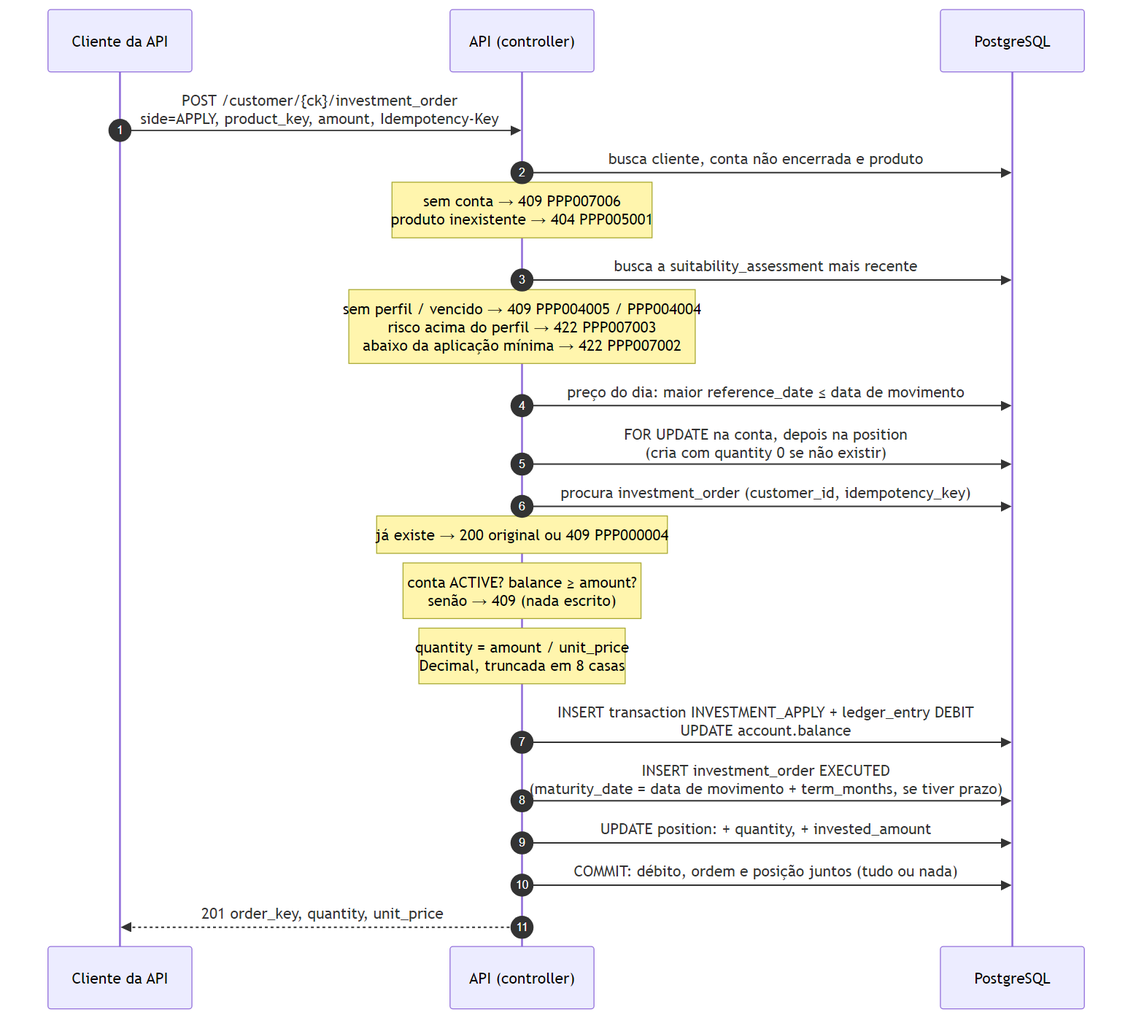
Above: docs/diagramas/aplicacao.png in heluylucas/bootcamp-qi-tech-presidas- (Mermaid), before the change. Its source is kept beside it as docs/diagramas/aplicacao.mmd. Source of this version:
```mermaid
sequenceDiagram
    autonumber
    participant C as Cliente da API
    participant API as API (controller)
    participant DB as PostgreSQL

    C->>API: POST /customer/{ck}/investment_order<br/>side=APPLY, product_key, amount, Idempotency-Key
    API->>DB: busca cliente, conta não encerrada e produto
    Note over API: sem conta → 409 PPP007006<br/>produto inexistente → 404 PPP005001
    API->>DB: busca a suitability_assessment mais recente
    Note over API: sem perfil / vencido → 409 PPP004005 / PPP004004<br/>risco acima do perfil → 422 PPP007003<br/>abaixo da aplicação mínima → 422 PPP007002
    API->>DB: preço do dia: maior reference_date ≤ data de movimento
    API->>DB: FOR UPDATE na conta, depois na position<br/>(cria com quantity 0 se não existir)
    API->>DB: procura investment_order (customer_id, idempotency_key)
    Note over API: já existe → 200 original ou 409 PPP000004
    Note over API: conta ACTIVE? balance ≥ amount?<br/>senão → 409 (nada escrito)
    Note over API: quantity = amount / unit_price<br/>Decimal, truncada em 8 casas
    API->>DB: INSERT transaction INVESTMENT_APPLY + ledger_entry DEBIT<br/>UPDATE account.balance
    API->>DB: INSERT investment_order EXECUTED<br/>(maturity_date = data de movimento + term_months, se tiver prazo)
    API->>DB: UPDATE position: + quantity, + invested_amount
    API->>DB: COMMIT: débito, ordem e posição juntos (tudo ou nada)
    API-->>C: 201 order_key, quantity, unit_price
```
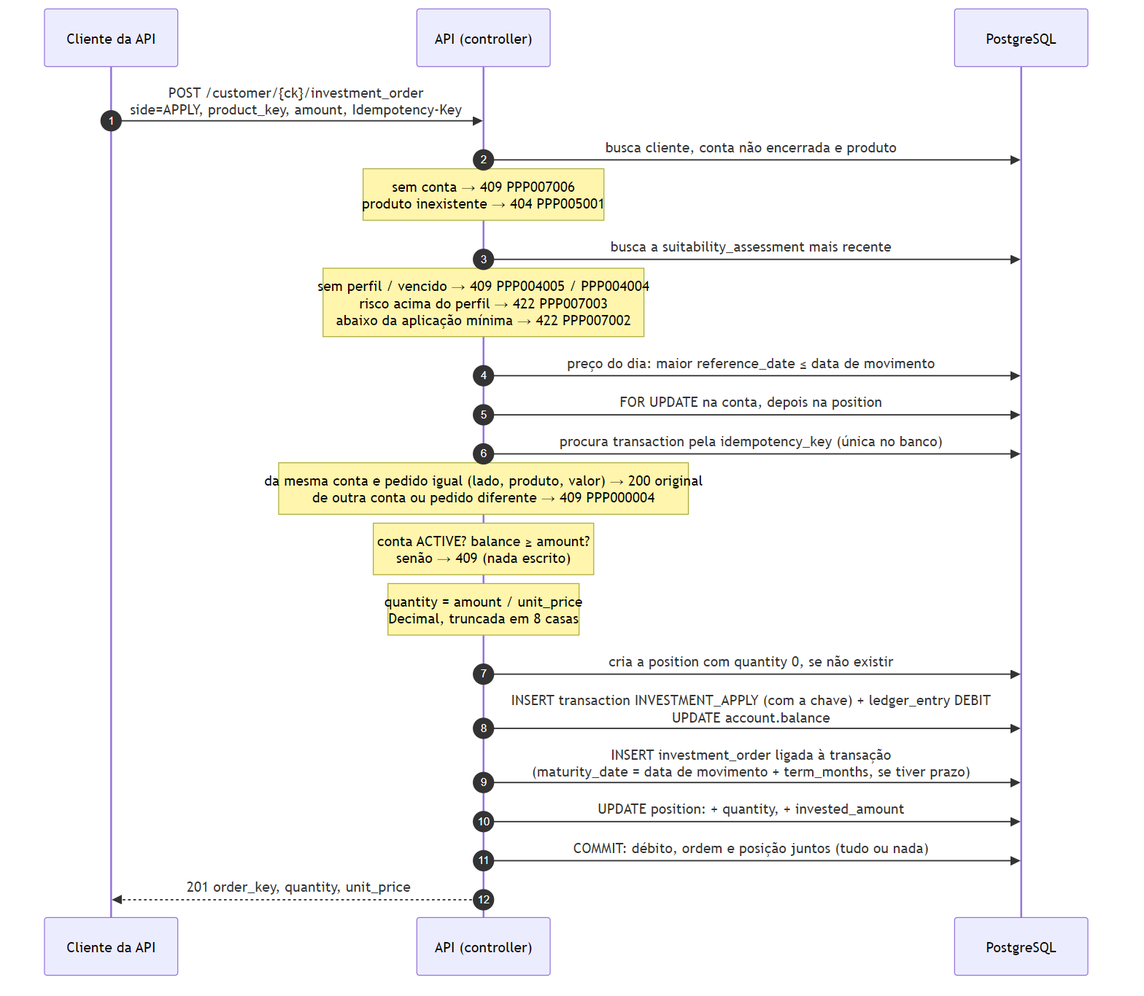
The same file after the commit.

Change to the diagram source:
```diff
@@ -10,13 +10,14 @@
     API->>DB: busca a suitability_assessment mais recente
     Note over API: sem perfil / vencido → 409 PPP004005 / PPP004004<br/>risco acima do perfil → 422 PPP007003<br/>abaixo da aplicação mínima → 422 PPP007002
     API->>DB: preço do dia: maior reference_date ≤ data de movimento
-    API->>DB: FOR UPDATE na conta, depois na position<br/>(cria com quantity 0 se não existir)
-    API->>DB: procura investment_order (customer_id, idempotency_key)
-    Note over API: já existe → 200 original ou 409 PPP000004
+    API->>DB: FOR UPDATE na conta, depois na position
+    API->>DB: procura transaction pela idempotency_key (única no banco)
+    Note over API: da mesma conta e pedido igual (lado, produto, valor) → 200 original<br/>de outra conta ou pedido diferente → 409 PPP000004
     Note over API: conta ACTIVE? balance ≥ amount?<br/>senão → 409 (nada escrito)
     Note over API: quantity = amount / unit_price<br/>Decimal, truncada em 8 casas
-    API->>DB: INSERT transaction INVESTMENT_APPLY + ledger_entry DEBIT<br/>UPDATE account.balance
-    API->>DB: INSERT investment_order EXECUTED<br/>(maturity_date = data de movimento + term_months, se tiver prazo)
+    API->>DB: cria a position com quantity 0, se não existir
+    API->>DB: INSERT transaction INVESTMENT_APPLY (com a chave) + ledger_entry DEBIT<br/>UPDATE account.balance
+    API->>DB: INSERT investment_order ligada à transação<br/>(maturity_date = data de movimento + term_months, se tiver prazo)
     API->>DB: UPDATE position: + quantity, + invested_amount
     API->>DB: COMMIT: débito, ordem e posição juntos (tudo ou nada)
     API-->>C: 201 order_key, quantity, unit_price
```
